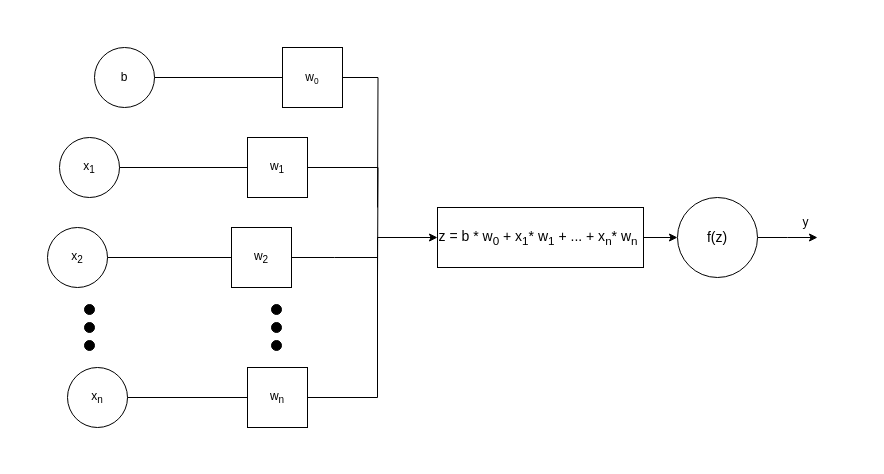
The draw.io diagram avc-images/neuronio.drawio in ViniPilan/avc-modeling, before the edit. Source tidied: cells renumbered, new cells numbered last; positions are measured from the earlier drawing's top-left corner, leaving out a move shared by most shapes. Both pictures are drawn from the tidied source at 100%, with x=0, y=0 at pixel (17, 17).
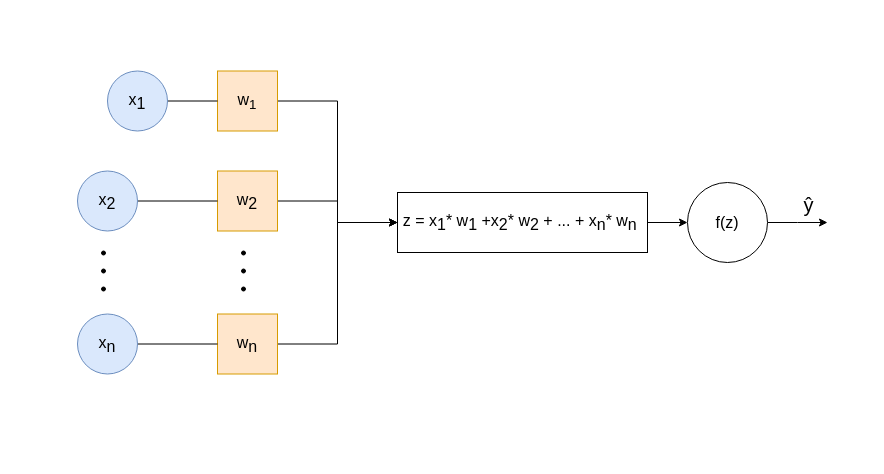
The same page after the edit.

What changed in the source:
```diff
@@
-    <mxCell id="2" style="edgeStyle=orthogonalEdgeStyle;rounded=0;jettySize=auto;html=1;endArrow=classic;endFill=1;" parent="1" edge="1" source="3">
-      <mxGeometry relative="1" as="geometry">
-        <mxPoint x="800" y="220" as="targetPoint" />
-      </mxGeometry>
-    </mxCell>
+    <mxCell id="30" style="rounded=0;whiteSpace=wrap;html=1;fillColor=none;strokeColor=none;" parent="1" vertex="1">
+      <mxGeometry x="10" y="20" width="840" height="370" as="geometry" />
+    </mxCell>
+    <mxCell id="31" style="edgeStyle=orthogonalEdgeStyle;rounded=0;jettySize=auto;html=1;" parent="1" edge="1" source="3">
+      <mxGeometry relative="1" as="geometry">
+        <mxPoint x="810" y="205" as="targetPoint" />
+      </mxGeometry>
+    </mxCell>
-    <mxCell id="3" value="&lt;font style=&quot;font-size: 14px;&quot;&gt;f(z)&lt;/font&gt;" style="ellipse;whiteSpace=wrap;html=1;" parent="1" vertex="1">
-      <mxGeometry x="660" y="180" width="80" height="80" as="geometry" />
+    <mxCell id="3" value="&lt;font style=&quot;font-size: 16px;&quot;&gt;f(z)&lt;/font&gt;" style="ellipse;whiteSpace=wrap;html=1;" parent="1" vertex="1">
+      <mxGeometry x="670" y="165" width="80" height="80" as="geometry" />
     </mxCell>
-    <mxCell id="4" style="edgeStyle=orthogonalEdgeStyle;rounded=0;jettySize=auto;html=1;endArrow=none;endFill=0;" parent="1" edge="1" source="5">
-      <mxGeometry relative="1" as="geometry">
-        <mxPoint x="360" y="260" as="targetPoint" />
-      </mxGeometry>
-    </mxCell>
+    <mxCell id="32" style="edgeStyle=orthogonalEdgeStyle;rounded=0;jettySize=auto;html=1;entryX=0;entryY=0.5;entryDx=0;entryDy=0;" parent="1" edge="1" source="5" target="14">
+      <mxGeometry relative="1" as="geometry" />
+    </mxCell>
-    <mxCell id="5" value="w&lt;sub&gt;1&lt;/sub&gt;" style="rounded=0;whiteSpace=wrap;html=1;" parent="1" vertex="1">
-      <mxGeometry x="230" y="120" width="60" height="60" as="geometry" />
+    <mxCell id="5" value="&lt;font style=&quot;font-size: 16px;&quot;&gt;w&lt;sub&gt;1&lt;/sub&gt;&lt;/font&gt;" style="rounded=0;whiteSpace=wrap;html=1;fillColor=#ffe6cc;strokeColor=#d79b00;" parent="1" vertex="1">
+      <mxGeometry x="200" y="53.5" width="60" height="60" as="geometry" />
     </mxCell>
-    <mxCell id="6" style="edgeStyle=orthogonalEdgeStyle;rounded=0;jettySize=auto;html=1;endArrow=none;endFill=0;" parent="1" edge="1" source="7">
-      <mxGeometry relative="1" as="geometry">
-        <mxPoint x="360" y="240" as="targetPoint" />
-      </mxGeometry>
-    </mxCell>
+    <mxCell id="33" style="edgeStyle=orthogonalEdgeStyle;rounded=0;jettySize=auto;html=1;entryX=0;entryY=0.5;entryDx=0;entryDy=0;" parent="1" edge="1" source="7" target="14">
+      <mxGeometry relative="1" as="geometry" />
+    </mxCell>
-    <mxCell id="7" value="w&lt;sub&gt;2&lt;/sub&gt;" style="rounded=0;whiteSpace=wrap;html=1;" parent="1" vertex="1">
-      <mxGeometry x="214" y="210" width="60" height="60" as="geometry" />
+    <mxCell id="7" value="w&lt;sub style=&quot;font-size: 16px;&quot;&gt;2&lt;/sub&gt;" style="rounded=0;whiteSpace=wrap;html=1;fillColor=#ffe6cc;strokeColor=#d79b00;fontSize=16;" parent="1" vertex="1">
+      <mxGeometry x="200" y="153.5" width="60" height="60" as="geometry" />
     </mxCell>
     <mxCell id="8" style="edgeStyle=orthogonalEdgeStyle;rounded=0;jettySize=auto;html=1;entryX=0;entryY=0.5;entryDx=0;entryDy=0;" parent="1" edge="1" source="9" target="14">
-      <mxGeometry relative="1" as="geometry">
-        <Array as="points">
-          <mxPoint x="360" y="380" />
-          <mxPoint x="360" y="220" />
-        </Array>
-      </mxGeometry>
+      <mxGeometry relative="1" as="geometry" />
     </mxCell>
-    <mxCell id="9" value="w&lt;sub&gt;n&lt;/sub&gt;" style="rounded=0;whiteSpace=wrap;html=1;" parent="1" vertex="1">
-      <mxGeometry x="230" y="350" width="60" height="60" as="geometry" />
+    <mxCell id="9" value="w&lt;sub style=&quot;font-size: 16px;&quot;&gt;n&lt;/sub&gt;" style="rounded=0;whiteSpace=wrap;html=1;fillColor=#ffe6cc;strokeColor=#d79b00;fontSize=16;" parent="1" vertex="1">
+      <mxGeometry x="200" y="296.5" width="60" height="60" as="geometry" />
     </mxCell>
-    <mxCell id="10" style="ellipse;whiteSpace=wrap;html=1;fillColor=#000000;" parent="1" vertex="1">
-      <mxGeometry x="254" y="287" width="10" height="10" as="geometry" />
+    <mxCell id="10" style="ellipse;whiteSpace=wrap;html=1;fillColor=#000000;fontSize=5;" parent="1" vertex="1">
+      <mxGeometry x="224" y="233.5" width="4" height="4" as="geometry" />
     </mxCell>
-    <mxCell id="11" style="ellipse;whiteSpace=wrap;html=1;fillColor=#000000;" parent="1" vertex="1">
-      <mxGeometry x="254" y="305" width="10" height="10" as="geometry" />
+    <mxCell id="11" style="ellipse;whiteSpace=wrap;html=1;fillColor=#000000;fontSize=5;" parent="1" vertex="1">
+      <mxGeometry x="224" y="251.5" width="4" height="4" as="geometry" />
     </mxCell>
-    <mxCell id="12" style="ellipse;whiteSpace=wrap;html=1;fillColor=#000000;" parent="1" vertex="1">
-      <mxGeometry x="254" y="323" width="10" height="10" as="geometry" />
+    <mxCell id="12" style="ellipse;whiteSpace=wrap;html=1;fillColor=#000000;fontSize=5;" parent="1" vertex="1">
+      <mxGeometry x="224" y="269.5" width="4" height="4" as="geometry" />
     </mxCell>
@@
-    <mxCell id="14" value="&lt;font style=&quot;font-size: 14px;&quot;&gt;z = b * w&lt;sub&gt;0&lt;/sub&gt; + x&lt;sub style=&quot;&quot;&gt;1&lt;/sub&gt;* w&lt;sub style=&quot;&quot;&gt;1&lt;/sub&gt; + ... + x&lt;sub style=&quot;&quot;&gt;n&lt;/sub&gt;* w&lt;sub style=&quot;&quot;&gt;n&lt;/sub&gt;&amp;nbsp;&lt;/font&gt;" style="rounded=0;whiteSpace=wrap;html=1;fillColor=default;" parent="1" vertex="1">
-      <mxGeometry x="420" y="190" width="206" height="60" as="geometry" />
+    <mxCell id="14" value="&lt;font style=&quot;font-size: 16px;&quot;&gt;z = x&lt;sub style=&quot;font-size: 16px;&quot;&gt;1&lt;/sub&gt;* w&lt;sub style=&quot;font-size: 16px;&quot;&gt;1&lt;/sub&gt; +x&lt;/font&gt;&lt;font style=&quot;font-size: 16px;&quot;&gt;&lt;span style=&quot;font-size: 16px;&quot;&gt;&lt;sub style=&quot;font-size: 16px;&quot;&gt;2&lt;/sub&gt;&lt;/span&gt;&lt;span style=&quot;font-size: 16px;&quot;&gt;* w&lt;/span&gt;&lt;/font&gt;&lt;font style=&quot;font-size: 16px;&quot;&gt;&lt;sub style=&quot;font-size: 16px;&quot;&gt;2&lt;/sub&gt;&lt;/font&gt;&lt;font style=&quot;font-size: 16px;&quot;&gt;&lt;span style=&quot;font-size: 16px;&quot;&gt;&amp;nbsp;+ ... + x&lt;/span&gt;&lt;sub style=&quot;font-size: 16px;&quot;&gt;n&lt;/sub&gt;&lt;span style=&quot;font-size: 16px;&quot;&gt;* w&lt;/span&gt;&lt;sub style=&quot;font-size: 16px;&quot;&gt;n&lt;/sub&gt;&lt;span style=&quot;font-size: 16px;&quot;&gt;&amp;nbsp;&lt;/span&gt;&lt;/font&gt;" style="rounded=0;whiteSpace=wrap;html=1;fillColor=default;fontSize=16;" parent="1" vertex="1">
+      <mxGeometry x="380" y="175" width="250" height="60" as="geometry" />
     </mxCell>
@@
-    <mxCell id="16" value="x&lt;sub&gt;1&lt;/sub&gt;" style="ellipse;whiteSpace=wrap;html=1;fillColor=none;" parent="1" vertex="1">
-      <mxGeometry x="42" y="120" width="60" height="60" as="geometry" />
+    <mxCell id="16" value="x&lt;sub style=&quot;font-size: 16px;&quot;&gt;1&lt;/sub&gt;" style="ellipse;whiteSpace=wrap;html=1;fillColor=#dae8fc;strokeColor=#6c8ebf;fontSize=16;" parent="1" vertex="1">
+      <mxGeometry x="90" y="53.5" width="60" height="60" as="geometry" />
     </mxCell>
@@
-    <mxCell id="18" value="x&lt;sub&gt;2&lt;/sub&gt;" style="ellipse;whiteSpace=wrap;html=1;fillColor=none;" parent="1" vertex="1">
-      <mxGeometry x="30" y="210" width="60" height="60" as="geometry" />
+    <mxCell id="18" value="x&lt;sub style=&quot;font-size: 16px;&quot;&gt;2&lt;/sub&gt;" style="ellipse;whiteSpace=wrap;html=1;fillColor=#dae8fc;strokeColor=#6c8ebf;fontSize=16;" parent="1" vertex="1">
+      <mxGeometry x="60" y="153.5" width="60" height="60" as="geometry" />
     </mxCell>
@@
-    <mxCell id="20" value="x&lt;sub&gt;n&lt;/sub&gt;" style="ellipse;whiteSpace=wrap;html=1;fillColor=none;" parent="1" vertex="1">
-      <mxGeometry x="50" y="350" width="60" height="60" as="geometry" />
+    <mxCell id="20" value="x&lt;sub style=&quot;font-size: 16px;&quot;&gt;n&lt;/sub&gt;" style="ellipse;whiteSpace=wrap;html=1;fillColor=#dae8fc;strokeColor=#6c8ebf;fontSize=16;" parent="1" vertex="1">
+      <mxGeometry x="60" y="296.5" width="60" height="60" as="geometry" />
     </mxCell>
-    <mxCell id="21" style="ellipse;whiteSpace=wrap;html=1;fillColor=#000000;" parent="1" vertex="1">
-      <mxGeometry x="67" y="287" width="10" height="10" as="geometry" />
+    <mxCell id="21" style="ellipse;whiteSpace=wrap;html=1;fillColor=#000000;fontSize=5;" parent="1" vertex="1">
+      <mxGeometry x="84" y="233.5" width="4" height="4" as="geometry" />
     </mxCell>
-    <mxCell id="22" style="ellipse;whiteSpace=wrap;html=1;fillColor=#000000;" parent="1" vertex="1">
-      <mxGeometry x="67" y="305" width="10" height="10" as="geometry" />
+    <mxCell id="22" style="ellipse;whiteSpace=wrap;html=1;fillColor=#000000;fontSize=5;" parent="1" vertex="1">
+      <mxGeometry x="84" y="251.5" width="4" height="4" as="geometry" />
     </mxCell>
-    <mxCell id="23" style="ellipse;whiteSpace=wrap;html=1;fillColor=#000000;" parent="1" vertex="1">
-      <mxGeometry x="67" y="323" width="10" height="10" as="geometry" />
+    <mxCell id="23" style="ellipse;whiteSpace=wrap;html=1;fillColor=#000000;fontSize=5;" parent="1" vertex="1">
+      <mxGeometry x="84" y="269.5" width="4" height="4" as="geometry" />
     </mxCell>
-    <mxCell id="24" value="y" style="text;html=1;strokeColor=none;fillColor=none;align=center;verticalAlign=middle;whiteSpace=wrap;rounded=0;dashed=1;" parent="1" vertex="1">
-      <mxGeometry x="757" y="190" width="63" height="30" as="geometry" />
+    <mxCell id="24" value="&lt;span style=&quot;text-align: left; background-color: rgb(255, 255, 255);&quot;&gt;&lt;font style=&quot;font-size: 20px;&quot;&gt;ŷ&lt;/font&gt;&lt;/span&gt;" style="text;html=1;strokeColor=none;fillColor=none;align=center;verticalAlign=middle;whiteSpace=wrap;rounded=0;dashed=1;" parent="1" vertex="1">
+      <mxGeometry x="760" y="172" width="63" height="30" as="geometry" />
     </mxCell>
-    <mxCell id="25" style="edgeStyle=orthogonalEdgeStyle;rounded=0;jettySize=auto;html=1;endArrow=none;endFill=0;" parent="1" edge="1" source="26">
-      <mxGeometry relative="1" as="geometry">
-        <mxPoint x="360" y="190" as="targetPoint" />
-      </mxGeometry>
-    </mxCell>
-    <mxCell id="26" value="w&lt;span style=&quot;font-size: 10px;&quot;&gt;&lt;sub&gt;0&lt;/sub&gt;&lt;/span&gt;" style="rounded=0;whiteSpace=wrap;html=1;" parent="1" vertex="1">
-      <mxGeometry x="265" y="30" width="60" height="60" as="geometry" />
-    </mxCell>
-    <mxCell id="27" style="edgeStyle=orthogonalEdgeStyle;rounded=0;jettySize=auto;html=1;endArrow=none;endFill=0;" parent="1" edge="1" source="28" target="26">
-      <mxGeometry relative="1" as="geometry" />
-    </mxCell>
-    <mxCell id="28" value="b" style="ellipse;whiteSpace=wrap;html=1;fillColor=none;" parent="1" vertex="1">
-      <mxGeometry x="77" y="30" width="60" height="60" as="geometry" />
-    </mxCell>
-    <mxCell id="29" style="rounded=0;whiteSpace=wrap;html=1;dashed=1;fontSize=14;fillColor=none;strokeColor=none;" parent="1" vertex="1">
-      <mxGeometry width="830" height="440" as="geometry" />
-    </mxCell>
```
